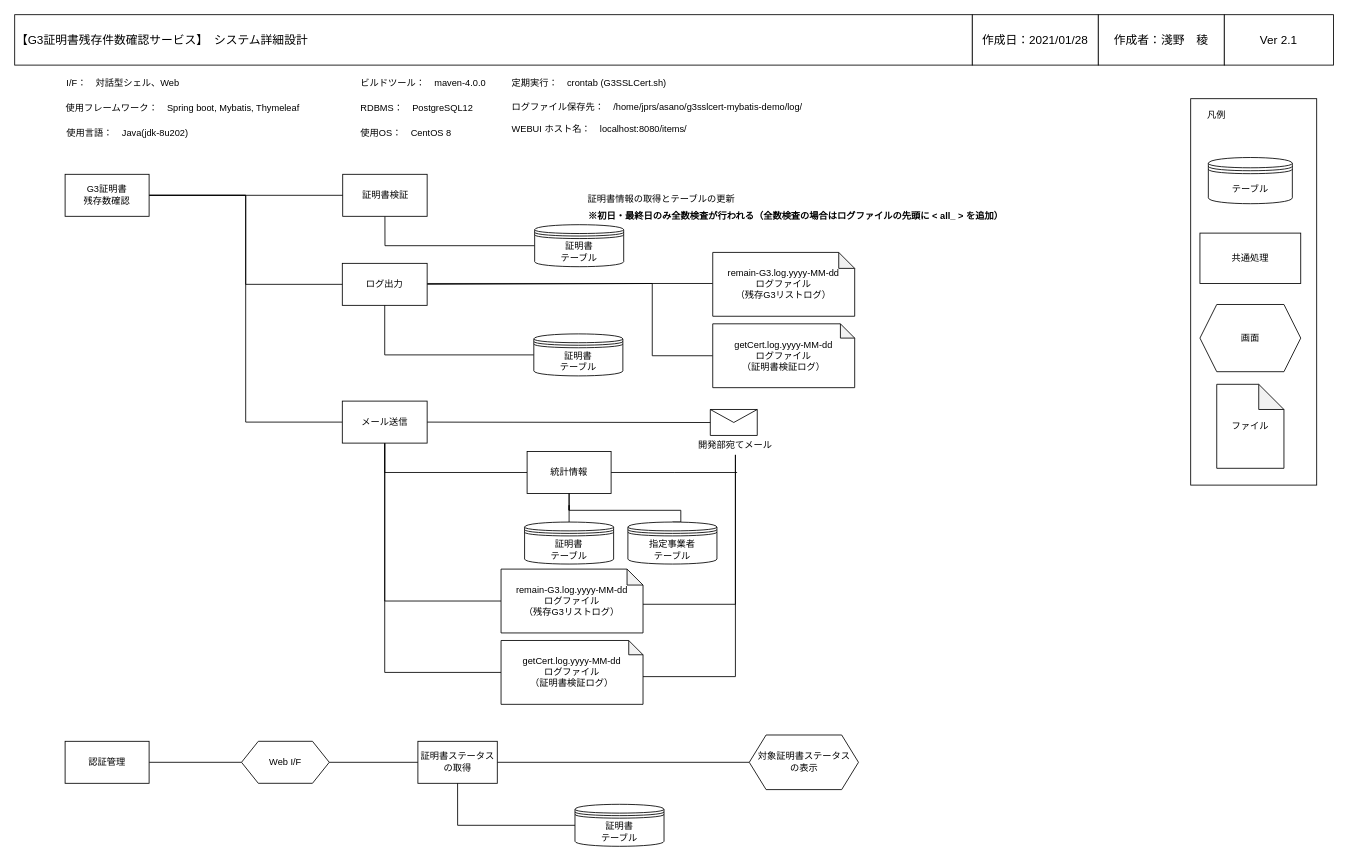
Earlier version of the draw.io diagram page "システム概要図" (6 of 6) of UMLDiagram.drawio (r-asano/kaihatsubuKenshu). Source tidied: cells renumbered, new cells numbered last; positions are measured from the earlier drawing's top-left corner, leaving out a move shared by most shapes. Both pictures are drawn from the tidied source at 84%, with x=0, y=0 at pixel (14, 14).
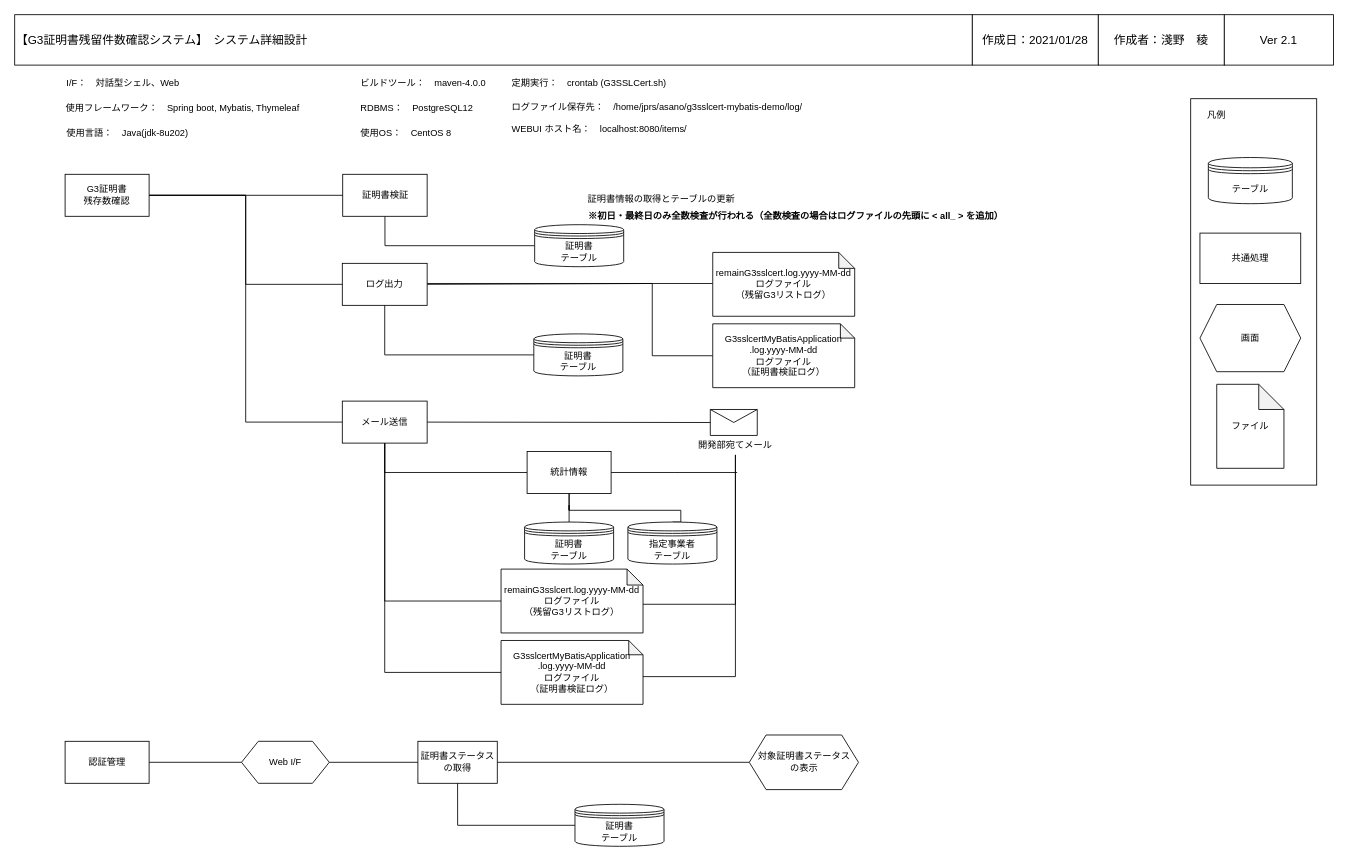
The same page after the edit.

The edit, as a diff of the source:
```diff
@@
-    <mxCell id="4" value="&lt;div style=&quot;font-size: 14px&quot; align=&quot;left&quot;&gt;&lt;font style=&quot;font-size: 14px&quot;&gt;【G3証明書残存件数確認サービス】　システム詳細設計&lt;/font&gt;&lt;/div&gt;" style="rounded=0;whiteSpace=wrap;html=1;align=left;fontSize=14;" parent="1" vertex="1">
+    <mxCell id="4" value="&lt;div style=&quot;font-size: 14px&quot; align=&quot;left&quot;&gt;&lt;font style=&quot;font-size: 14px&quot;&gt;【G3証明書残留件数確認システム】　システム詳細設計&lt;/font&gt;&lt;/div&gt;" style="rounded=0;whiteSpace=wrap;html=1;align=left;fontSize=14;" parent="1" vertex="1">
       <mxGeometry width="1140" height="60" as="geometry" />
     </mxCell>
@@
-    <mxCell id="58" value="&lt;div style=&quot;font-size: 11px&quot;&gt;remain-G3.log.yyyy-MM-dd&lt;/div&gt;&lt;div style=&quot;font-size: 11px&quot;&gt;ログファイル&lt;/div&gt;&lt;div style=&quot;font-size: 11px&quot;&gt;（残存G3リストログ）&lt;br&gt;&lt;/div&gt;" style="shape=note;whiteSpace=wrap;html=1;backgroundOutline=1;darkOpacity=0.05;fontSize=11;size=19;" parent="1" vertex="1">
+    <mxCell id="58" value="&lt;div style=&quot;font-size: 11px&quot;&gt;remainG3sslcert.log.yyyy-MM-dd&lt;/div&gt;&lt;div style=&quot;font-size: 11px&quot;&gt;ログファイル&lt;/div&gt;&lt;div style=&quot;font-size: 11px&quot;&gt;（残留G3リストログ）&lt;br&gt;&lt;/div&gt;" style="shape=note;whiteSpace=wrap;html=1;backgroundOutline=1;darkOpacity=0.05;fontSize=11;size=19;" parent="1" vertex="1">
       <mxGeometry x="831" y="283" width="169" height="76" as="geometry" />
     </mxCell>
-    <mxCell id="59" value="&lt;div style=&quot;font-size: 11px&quot;&gt;getCert.log.yyyy-MM-dd&lt;/div&gt;&lt;div style=&quot;font-size: 11px&quot;&gt;ログファイル&lt;/div&gt;&lt;div style=&quot;font-size: 11px&quot;&gt;（証明書検証ログ）&lt;br&gt;&lt;/div&gt;" style="shape=note;whiteSpace=wrap;html=1;backgroundOutline=1;darkOpacity=0.05;fontSize=11;size=17;" parent="1" vertex="1">
+    <mxCell id="59" value="&lt;div style=&quot;font-size: 11px&quot;&gt;G3sslcertMyBatisApplication&lt;/div&gt;&lt;div style=&quot;font-size: 11px&quot;&gt;.log.yyyy-MM-dd&lt;/div&gt;&lt;div style=&quot;font-size: 11px&quot;&gt;ログファイル&lt;/div&gt;&lt;div style=&quot;font-size: 11px&quot;&gt;（証明書検証ログ）&lt;br&gt;&lt;/div&gt;" style="shape=note;whiteSpace=wrap;html=1;backgroundOutline=1;darkOpacity=0.05;fontSize=11;size=17;" parent="1" vertex="1">
       <mxGeometry x="831" y="368" width="169" height="76" as="geometry" />
     </mxCell>
@@
-    <mxCell id="61" value="&lt;div style=&quot;font-size: 11px&quot;&gt;remain-G3.log.yyyy-MM-dd&lt;/div&gt;&lt;div style=&quot;font-size: 11px&quot;&gt;ログファイル&lt;/div&gt;&lt;div style=&quot;font-size: 11px&quot;&gt;（残存G3リストログ）&lt;br&gt;&lt;/div&gt;" style="shape=note;whiteSpace=wrap;html=1;backgroundOutline=1;darkOpacity=0.05;fontSize=11;size=19;" parent="1" vertex="1">
+    <mxCell id="61" value="&lt;div style=&quot;font-size: 11px&quot;&gt;remainG3sslcert.log.yyyy-MM-dd&lt;/div&gt;&lt;div style=&quot;font-size: 11px&quot;&gt;ログファイル&lt;/div&gt;&lt;div style=&quot;font-size: 11px&quot;&gt;（残留G3リストログ）&lt;br&gt;&lt;/div&gt;" style="shape=note;whiteSpace=wrap;html=1;backgroundOutline=1;darkOpacity=0.05;fontSize=11;size=19;" parent="1" vertex="1">
       <mxGeometry x="579" y="660" width="169" height="76" as="geometry" />
     </mxCell>
-    <mxCell id="62" value="&lt;div style=&quot;font-size: 11px&quot;&gt;getCert.log.yyyy-MM-dd&lt;/div&gt;&lt;div style=&quot;font-size: 11px&quot;&gt;ログファイル&lt;/div&gt;&lt;div style=&quot;font-size: 11px&quot;&gt;（証明書検証ログ）&lt;br&gt;&lt;/div&gt;" style="shape=note;whiteSpace=wrap;html=1;backgroundOutline=1;darkOpacity=0.05;fontSize=11;size=17;" parent="1" vertex="1">
+    <mxCell id="62" value="&lt;div style=&quot;font-size: 11px&quot;&gt;G3sslcertMyBatisApplication&lt;/div&gt;&lt;div style=&quot;font-size: 11px&quot;&gt;.log.yyyy-MM-dd&lt;/div&gt;&lt;div style=&quot;font-size: 11px&quot;&gt;ログファイル&lt;/div&gt;&lt;div style=&quot;font-size: 11px&quot;&gt;（証明書検証ログ）&lt;br&gt;&lt;/div&gt;" style="shape=note;whiteSpace=wrap;html=1;backgroundOutline=1;darkOpacity=0.05;fontSize=11;size=17;" parent="1" vertex="1">
       <mxGeometry x="579" y="745" width="169" height="76" as="geometry" />
     </mxCell>
```
